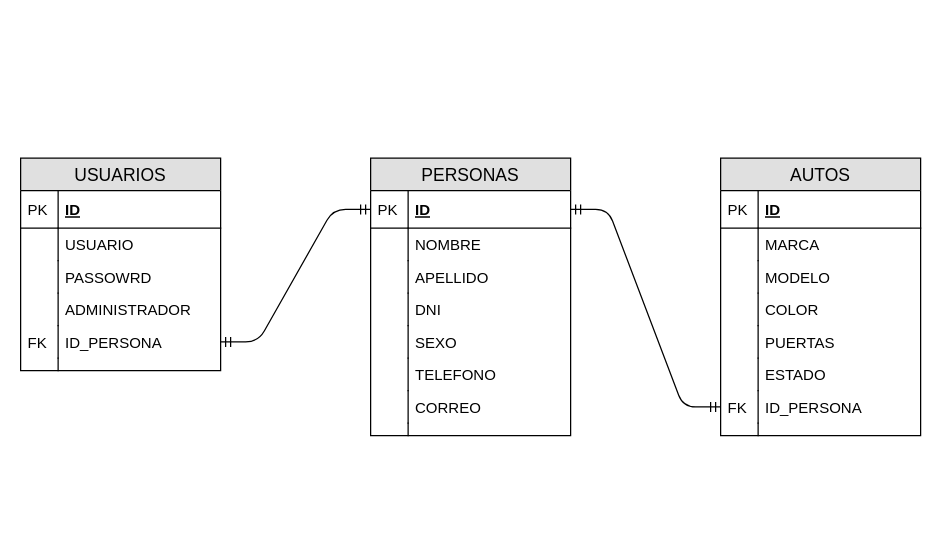
Above: Modelo.drawio in menendezg/IFTS12-Liendro-Website (draw.io), before the change. Source tidied: cells renumbered, new cells numbered last; positions are measured from the earlier drawing's top-left corner, leaving out a move shared by most shapes. Both pictures are drawn from the tidied source at 125%, with x=0, y=0 at pixel (20, 158).
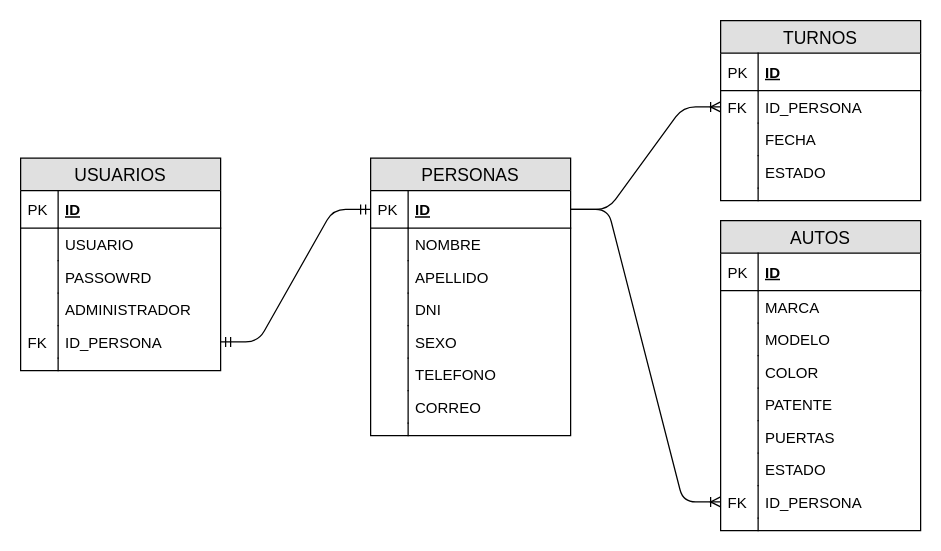
The same diagram, later.

Commit message (it also covers changes not shown here):
Add Turns Table and update Model

Unchanged cells that the change refers to:
```xml
<mxCell id="16" value="ID" style="shape=partialRectangle;top=0;left=0;right=0;bottom=1;align=left;verticalAlign=middle;fillColor=none;spacingLeft=34;spacingRight=4;overflow=hidden;points=[[0,0.5],[1,0.5]];portConstraint=eastwest;fontStyle=5;fontSize=12;" parent="15" vertex="1">
  <mxGeometry y="26" width="160" height="30" as="geometry" />
</mxCell>
```

Change to the diagram source:
```diff
@@
     <mxCell id="33" value="AUTOS" style="swimlane;fontStyle=0;horizontal=1;startSize=26;fillColor=#e0e0e0;swimlaneFillColor=#ffffff;align=center;fontSize=14;" parent="1" vertex="1">
-      <mxGeometry x="560" width="160" height="222" as="geometry" />
+      <mxGeometry x="560" y="50" width="160" height="248" as="geometry" />
     </mxCell>
@@
+    <mxCell id="51" value="PATENTE" style="shape=partialRectangle;top=0;left=0;right=0;bottom=0;align=left;verticalAlign=top;fillColor=none;spacingLeft=34;spacingRight=4;overflow=hidden;fontSize=12;" parent="33" vertex="1">
+      <mxGeometry y="134" width="160" height="26" as="geometry" />
+    </mxCell>
+    <mxCell id="52" style="shape=partialRectangle;top=0;left=0;bottom=0;fillColor=none;align=left;verticalAlign=top;spacingLeft=4;spacingRight=4;overflow=hidden;fontSize=12;" parent="51" vertex="1">
+      <mxGeometry width="30" height="26" as="geometry" />
+    </mxCell>
     <mxCell id="42" value="PUERTAS" style="shape=partialRectangle;top=0;left=0;right=0;bottom=0;align=left;verticalAlign=top;fillColor=none;spacingLeft=34;spacingRight=4;overflow=hidden;fontSize=12;" parent="33" vertex="1">
-      <mxGeometry y="134" width="160" height="26" as="geometry" />
+      <mxGeometry y="160" width="160" height="26" as="geometry" />
     </mxCell>
@@
     <mxCell id="44" value="ESTADO" style="shape=partialRectangle;top=0;left=0;right=0;bottom=0;align=left;verticalAlign=top;fillColor=none;spacingLeft=34;spacingRight=4;overflow=hidden;fontSize=12;" parent="33" vertex="1">
-      <mxGeometry y="160" width="160" height="26" as="geometry" />
+      <mxGeometry y="186" width="160" height="26" as="geometry" />
     </mxCell>
@@
     <mxCell id="46" value="ID_PERSONA" style="shape=partialRectangle;top=0;left=0;right=0;bottom=0;align=left;verticalAlign=top;fillColor=none;spacingLeft=34;spacingRight=4;overflow=hidden;points=[[0,0.5],[1,0.5]];portConstraint=eastwest;fontSize=12;" parent="33" vertex="1">
-      <mxGeometry y="186" width="160" height="26" as="geometry" />
+      <mxGeometry y="212" width="160" height="26" as="geometry" />
     </mxCell>
@@
     <mxCell id="48" style="shape=partialRectangle;top=0;left=0;right=0;bottom=0;align=left;verticalAlign=top;fillColor=none;spacingLeft=34;spacingRight=4;overflow=hidden;fontSize=12;" parent="33" vertex="1">
-      <mxGeometry y="212" width="160" height="10" as="geometry" />
+      <mxGeometry y="238" width="160" height="10" as="geometry" />
     </mxCell>
@@
+    <mxCell id="53" value="TURNOS" style="swimlane;fontStyle=0;horizontal=1;startSize=26;fillColor=#e0e0e0;swimlaneFillColor=#ffffff;align=center;fontSize=14;" parent="1" vertex="1">
+      <mxGeometry x="560" y="-110" width="160" height="144" as="geometry" />
+    </mxCell>
+    <mxCell id="54" value="ID" style="shape=partialRectangle;top=0;left=0;right=0;bottom=1;align=left;verticalAlign=middle;fillColor=none;spacingLeft=34;spacingRight=4;overflow=hidden;fontStyle=5;fontSize=12;" parent="53" vertex="1">
+      <mxGeometry y="26" width="160" height="30" as="geometry" />
+    </mxCell>
+    <mxCell id="55" value="PK" style="shape=partialRectangle;top=0;left=0;bottom=0;fillColor=none;align=left;verticalAlign=middle;spacingLeft=4;spacingRight=4;overflow=hidden;fontSize=12;" parent="54" vertex="1">
+      <mxGeometry width="30" height="30" as="geometry" />
+    </mxCell>
+    <mxCell id="56" value="ID_PERSONA" style="shape=partialRectangle;top=0;left=0;right=0;bottom=0;align=left;verticalAlign=top;fillColor=none;spacingLeft=34;spacingRight=4;overflow=hidden;points=[[0,0.5],[1,0.5]];portConstraint=eastwest;fontSize=12;" parent="53" vertex="1">
+      <mxGeometry y="56" width="160" height="26" as="geometry" />
+    </mxCell>
+    <mxCell id="57" value="FK" style="shape=partialRectangle;top=0;left=0;bottom=0;fillColor=none;align=left;verticalAlign=top;spacingLeft=4;spacingRight=4;overflow=hidden;fontSize=12;" parent="56" vertex="1">
+      <mxGeometry width="30" height="26" as="geometry" />
+    </mxCell>
+    <mxCell id="58" value="FECHA" style="shape=partialRectangle;top=0;left=0;right=0;bottom=0;align=left;verticalAlign=top;fillColor=none;spacingLeft=34;spacingRight=4;overflow=hidden;fontSize=12;" parent="53" vertex="1">
+      <mxGeometry y="82" width="160" height="26" as="geometry" />
+    </mxCell>
+    <mxCell id="59" style="shape=partialRectangle;top=0;left=0;bottom=0;fillColor=none;align=left;verticalAlign=top;spacingLeft=4;spacingRight=4;overflow=hidden;fontSize=12;" parent="58" vertex="1">
+      <mxGeometry width="30" height="26" as="geometry" />
+    </mxCell>
+    <mxCell id="60" value="ESTADO" style="shape=partialRectangle;top=0;left=0;right=0;bottom=0;align=left;verticalAlign=top;fillColor=none;spacingLeft=34;spacingRight=4;overflow=hidden;fontSize=12;" parent="53" vertex="1">
+      <mxGeometry y="108" width="160" height="26" as="geometry" />
+    </mxCell>
+    <mxCell id="61" style="shape=partialRectangle;top=0;left=0;bottom=0;fillColor=none;align=left;verticalAlign=top;spacingLeft=4;spacingRight=4;overflow=hidden;fontSize=12;" parent="60" vertex="1">
+      <mxGeometry width="30" height="26" as="geometry" />
+    </mxCell>
+    <mxCell id="62" style="shape=partialRectangle;top=0;left=0;right=0;bottom=0;align=left;verticalAlign=top;fillColor=none;spacingLeft=34;spacingRight=4;overflow=hidden;fontSize=12;" parent="53" vertex="1">
+      <mxGeometry y="134" width="160" height="10" as="geometry" />
+    </mxCell>
+    <mxCell id="63" style="shape=partialRectangle;top=0;left=0;bottom=0;fillColor=none;align=left;verticalAlign=top;spacingLeft=4;spacingRight=4;overflow=hidden;fontSize=12;" parent="62" vertex="1">
+      <mxGeometry width="30" height="10" as="geometry" />
+    </mxCell>
-    <mxCell id="50" style="edgeStyle=entityRelationEdgeStyle;fontSize=12;html=1;endArrow=ERmandOne;startArrow=ERmandOne;entryX=0;entryY=0.5;entryDx=0;entryDy=0;exitX=1;exitY=0.5;exitDx=0;exitDy=0;" parent="1" edge="1" source="16" target="46">
+    <mxCell id="50" style="edgeStyle=entityRelationEdgeStyle;fontSize=12;html=1;endArrow=ERoneToMany;exitX=1;exitY=0.5;exitDx=0;exitDy=0;entryX=0;entryY=0.5;entryDx=0;entryDy=0;" parent="1" edge="1" source="16" target="46">
       <mxGeometry relative="1" as="geometry" />
     </mxCell>
+    <mxCell id="64" style="edgeStyle=entityRelationEdgeStyle;fontSize=12;html=1;endArrow=ERoneToMany;exitX=1;exitY=0.5;exitDx=0;exitDy=0;" parent="1" edge="1" source="16" target="56">
+      <mxGeometry relative="1" as="geometry" />
+    </mxCell>
```
